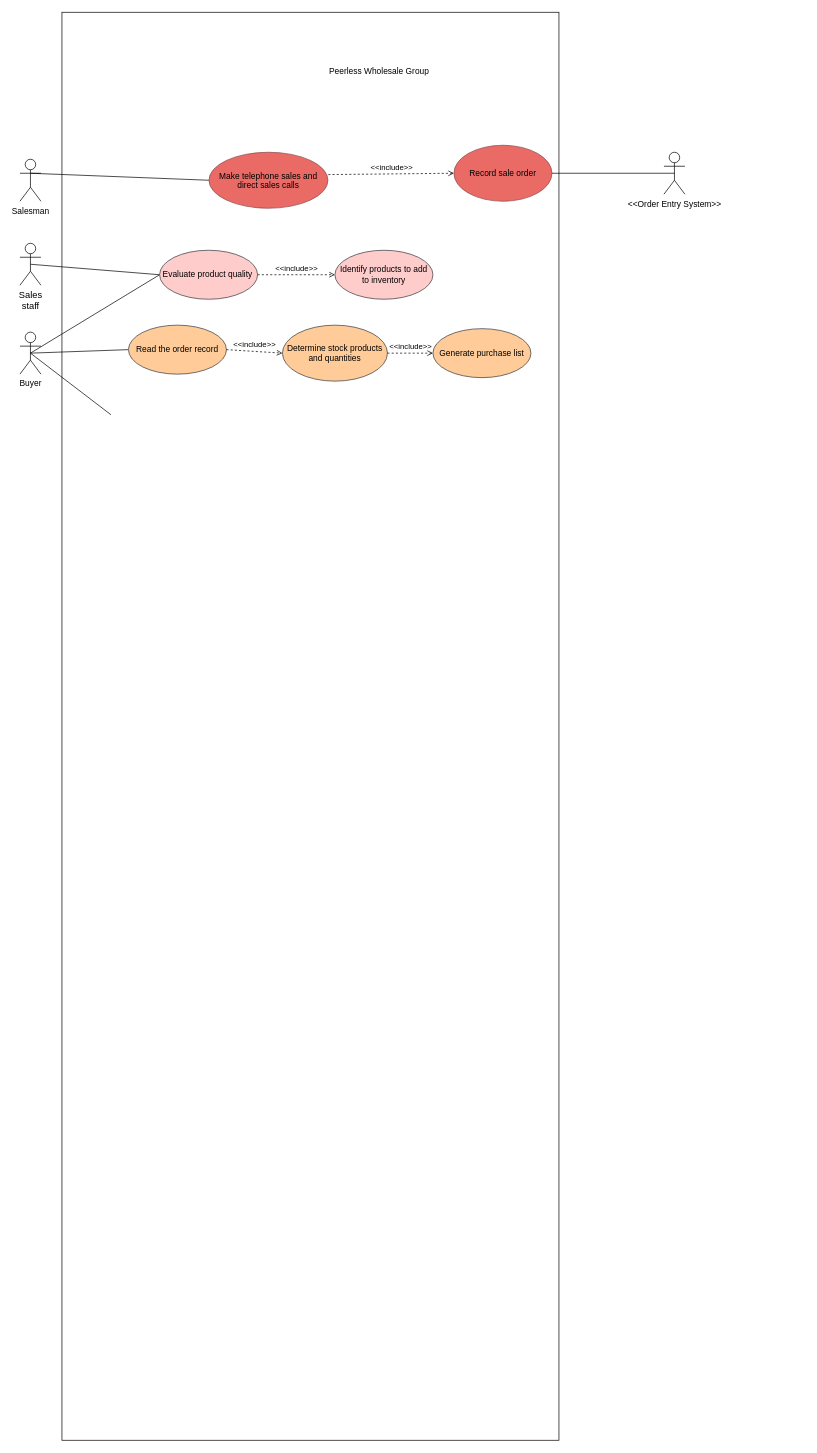
This is Project_peerless.drawio from kkdotpy/Case-Diagram-IS3430, a draw.io file, before an edit. Source tidied: cells renumbered, new cells numbered last; positions are measured from the earlier drawing's top-left corner, leaving out a move shared by most shapes. Both pictures are drawn from the tidied source at 70%, with x=0, y=0 at pixel (20, 12).
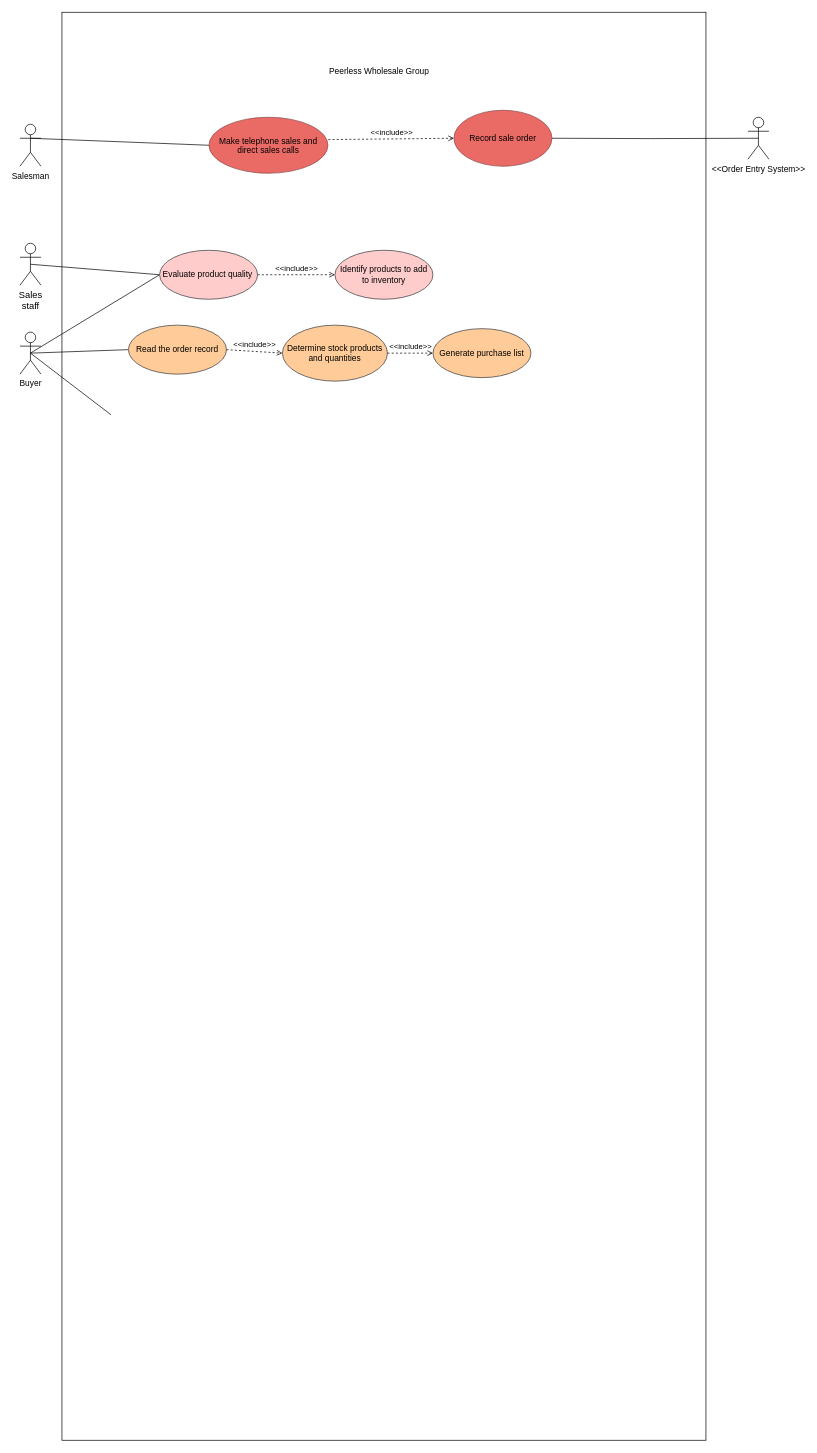
After the change.

What changed in the source:
```diff
@@
     <mxCell id="2" style="rounded=0;whiteSpace=wrap;html=1;" parent="1" vertex="1">
-      <mxGeometry x="60" width="710" height="2040" as="geometry" />
+      <mxGeometry x="60" width="920" height="2040" as="geometry" />
     </mxCell>
@@
     <mxCell id="4" style="rounded=0;jettySize=auto;html=1;exitX=0.5;exitY=0.5;exitDx=0;exitDy=0;exitPerimeter=0;entryX=0;entryY=0.5;entryDx=0;entryDy=0;fontFamily=Helvetica;endArrow=none;startFill=0;" parent="1" edge="1" target="5">
       <mxGeometry relative="1" as="geometry">
-        <mxPoint x="15" y="230" as="sourcePoint" />
+        <mxPoint x="15" y="180" as="sourcePoint" />
       </mxGeometry>
     </mxCell>
     <mxCell id="5" value="&lt;p class=&quot;p1&quot; style=&quot;margin: 0px; font-variant-numeric: normal; font-variant-east-asian: normal; font-variant-alternates: normal; font-size-adjust: none; font-kerning: auto; font-optical-sizing: auto; font-feature-settings: normal; font-variation-settings: normal; font-variant-position: normal; font-variant-emoji: normal; font-stretch: normal; line-height: normal;&quot;&gt;&lt;font&gt;Make telephone&amp;nbsp;&lt;/font&gt;&lt;span style=&quot;background-color: transparent; color: light-dark(rgb(0, 0, 0), rgb(255, 255, 255));&quot;&gt;&lt;font&gt;sales and d&lt;/font&gt;&lt;/span&gt;&lt;font style=&quot;background-color: transparent; color: light-dark(rgb(0, 0, 0), rgb(255, 255, 255));&quot;&gt;irect sales calls&lt;/font&gt;&lt;/p&gt;" style="ellipse;whiteSpace=wrap;html=1;align=center;fillColor=light-dark(#ea6b66, #1f2f1e);strokeColor=light-dark(#874a4a, #ff8888);fontFamily=Helvetica;" parent="1" vertex="1">
-      <mxGeometry x="270" y="200" width="170" height="80" as="geometry" />
+      <mxGeometry x="270" y="150" width="170" height="80" as="geometry" />
     </mxCell>
@@
     <mxCell id="9" value="&lt;span id=&quot;docs-internal-guid-16d97441-7fff-4b6b-f18f-fee4b0ce08a8&quot;&gt;&lt;span style=&quot;font-size: 9pt; background-color: transparent; font-variant-numeric: normal; font-variant-east-asian: normal; font-variant-alternates: normal; font-variant-position: normal; font-variant-emoji: normal; vertical-align: baseline; white-space: pre-wrap;&quot;&gt;Salesman&lt;/span&gt;&lt;/span&gt;" style="shape=umlActor;verticalLabelPosition=bottom;verticalAlign=top;html=1;fontFamily=Helvetica;" parent="1" vertex="1">
-      <mxGeometry y="210" width="30" height="60" as="geometry" />
+      <mxGeometry y="160" width="30" height="60" as="geometry" />
     </mxCell>
     <mxCell id="10" value="&lt;font&gt;Record sale order&lt;/font&gt;" style="ellipse;whiteSpace=wrap;html=1;fillColor=light-dark(#ea6b66, #1f2f1e);strokeColor=light-dark(#874a4a, #ff8888);fontFamily=Helvetica;" parent="1" vertex="1">
-      <mxGeometry x="620" y="190" width="140" height="80" as="geometry" />
+      <mxGeometry x="620" y="140" width="140" height="80" as="geometry" />
     </mxCell>
-    <mxCell id="11" value="&amp;lt;&amp;lt;include&amp;gt;&amp;gt;" style="edgeStyle=none;html=1;endArrow=open;verticalAlign=bottom;dashed=1;labelBackgroundColor=none;rounded=0;exitX=1.003;exitY=0.399;exitDx=0;exitDy=0;exitPerimeter=0;entryX=0;entryY=0.5;entryDx=0;entryDy=0;fontFamily=Helvetica;" parent="1" edge="1" source="5" target="10">
-      <mxGeometry relative="1" as="geometry" />
+    <mxCell id="11" value="&amp;lt;&amp;lt;include&amp;gt;&amp;gt;" style="edgeStyle=none;html=1;endArrow=open;verticalAlign=bottom;dashed=1;labelBackgroundColor=none;rounded=0;exitX=1.003;exitY=0.399;exitDx=0;exitDy=0;exitPerimeter=0;entryX=0;entryY=0.5;entryDx=0;entryDy=0;fontFamily=Helvetica;" parent="1" edge="1" source="5">
+      <mxGeometry relative="1" as="geometry">
+        <mxPoint x="620" y="180" as="targetPoint" />
+      </mxGeometry>
     </mxCell>
@@
-    <mxCell id="16" style="rounded=0;jettySize=auto;html=1;exitX=1;exitY=0.5;exitDx=0;exitDy=0;entryX=0.5;entryY=0.5;entryDx=0;entryDy=0;entryPerimeter=0;fontFamily=Helvetica;endArrow=none;startFill=0;edgeStyle=orthogonalEdgeStyle;" parent="1" edge="1" source="10" target="21">
-      <mxGeometry relative="1" as="geometry" />
+    <mxCell id="16" style="rounded=0;jettySize=auto;html=1;exitX=1;exitY=0.5;exitDx=0;exitDy=0;entryX=0.5;entryY=0.5;entryDx=0;entryDy=0;entryPerimeter=0;fontFamily=Helvetica;endArrow=none;startFill=0;edgeStyle=orthogonalEdgeStyle;" parent="1" edge="1" target="21">
+      <mxGeometry relative="1" as="geometry">
+        <mxPoint x="760" y="180" as="sourcePoint" />
+      </mxGeometry>
     </mxCell>
@@
     <mxCell id="21" value="&amp;lt;&amp;lt;Order Entry System&amp;gt;&amp;gt;" style="shape=umlActor;verticalLabelPosition=bottom;verticalAlign=top;html=1;outlineConnect=0;" parent="1" vertex="1">
-      <mxGeometry x="920" y="200" width="30" height="60" as="geometry" />
+      <mxGeometry x="1040" y="150" width="30" height="60" as="geometry" />
     </mxCell>
```
